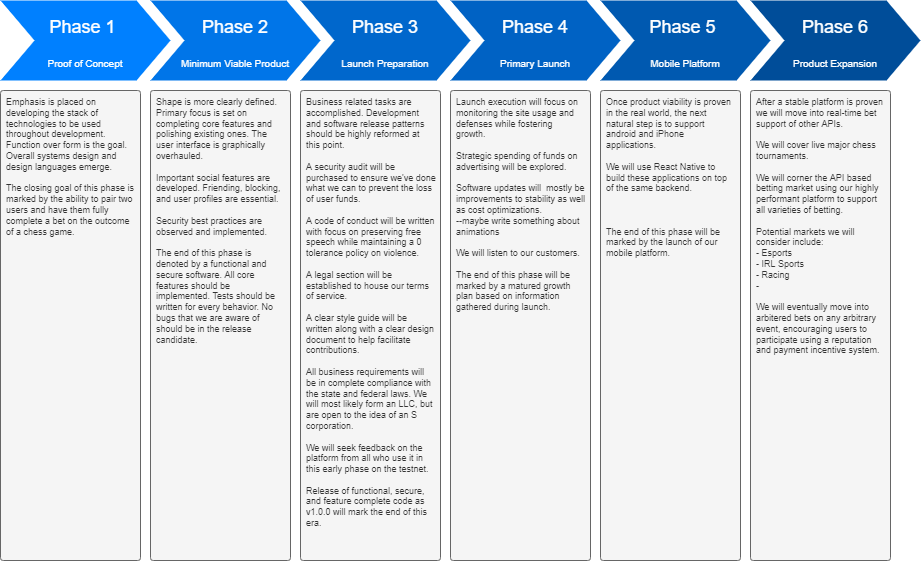
The draw.io diagram readme-assets/roadmap.png in geektechniquestudios/ChessWager, before a commit. Source tidied: cells renumbered, new cells last; positions are measured from the earlier drawing's top-left corner, leaving out a move shared by most shapes.
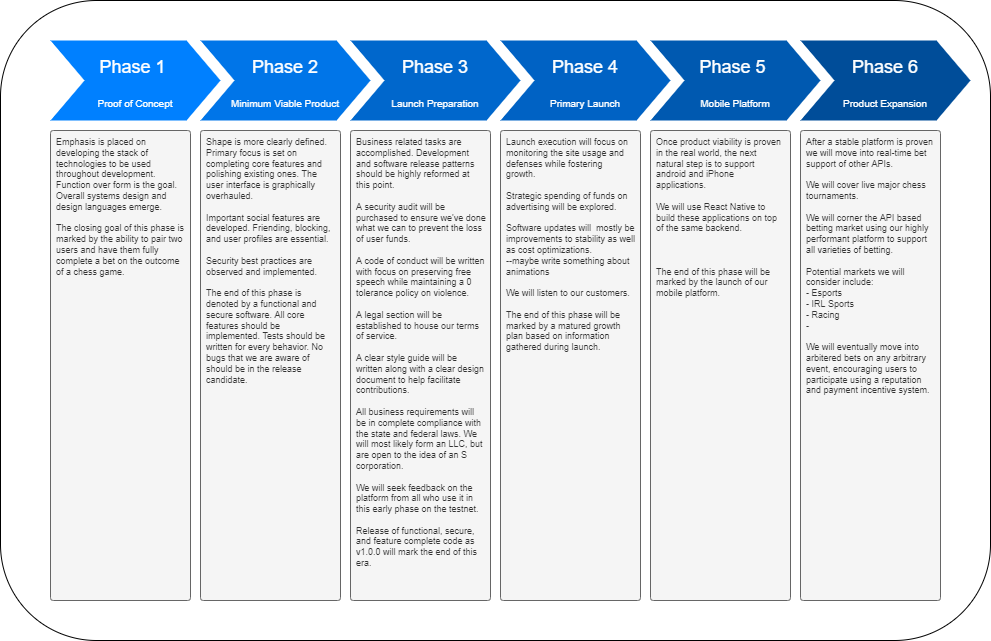
Above is the later version.

Diff of the diagram source:
```diff
@@ -2,6 +2,9 @@
   <root>
     <mxCell id="0" />
     <mxCell id="1" parent="0" />
+    <mxCell id="14" style="rounded=1;whiteSpace=wrap;html=1;" parent="1" vertex="1">
+      <mxGeometry x="-50" y="-40" width="990" height="640" as="geometry" />
+    </mxCell>
     <mxCell id="2" value="&lt;font style=&quot;&quot;&gt;&lt;span style=&quot;font-size: 18px;&quot;&gt;Phase 1 &lt;/span&gt;&lt;br&gt;&lt;font style=&quot;&quot;&gt;&lt;font style=&quot;vertical-align: inherit; font-size: 10px;&quot;&gt;Proof of Concept&lt;/font&gt;&lt;/font&gt;&lt;br&gt;&lt;/font&gt;" style="shape=step;whiteSpace=wrap;html=1;fontSize=28;fillColor=#0080FF;fontColor=#FFFFFF;strokeColor=none;" parent="1" vertex="1">
       <mxGeometry width="170" height="80" as="geometry" />
     </mxCell>
```
